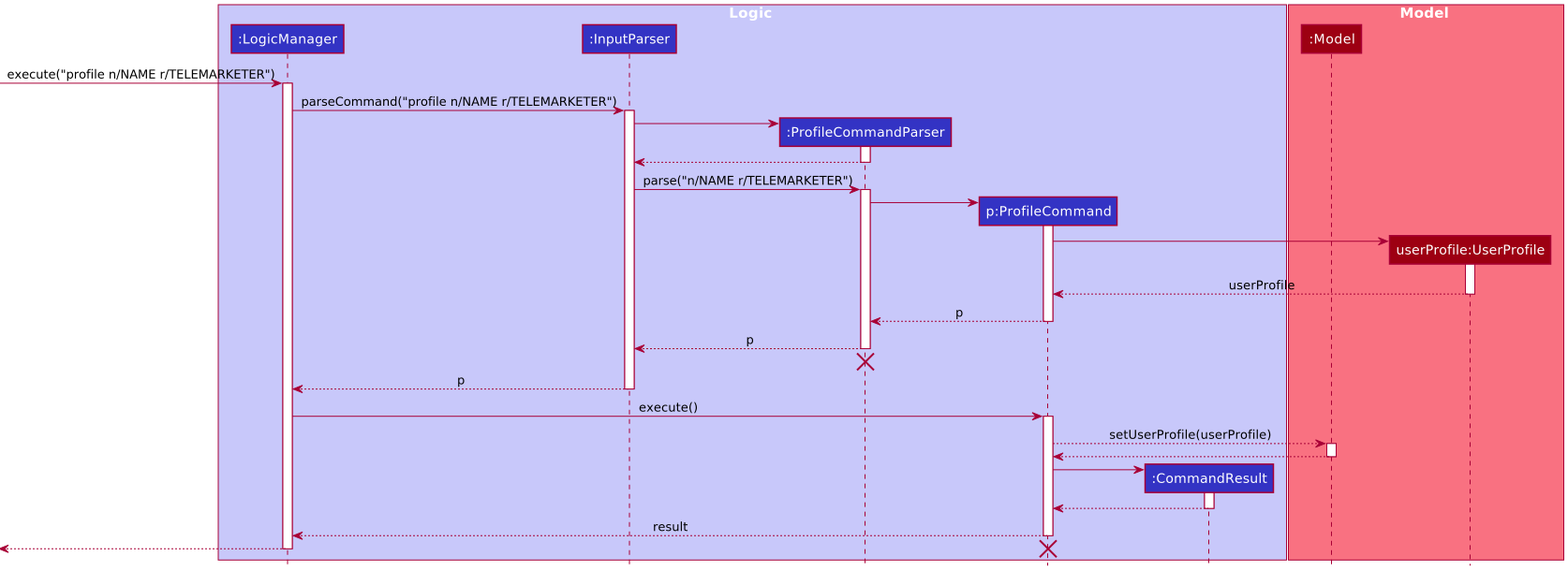
Earlier version of the PlantUML export docs/images/ProfileSequenceDiagram.png (vigneshsankariyer1234567890/tp). Its source is kept beside it as docs/diagrams/ProfileSequenceDiagram.puml. Its diagram source:
```plantuml
@startuml
!include style.puml

box Logic LOGIC_COLOR_T1
participant ":LogicManager" as LogicManager LOGIC_COLOR
participant ":InputParser" as InputParser LOGIC_COLOR
participant ":ProfileCommandParser" as ProfileCommandParser LOGIC_COLOR
participant "p:ProfileCommand" as ProfileCommand LOGIC_COLOR
participant ":CommandResult" as CommandResult LOGIC_COLOR
end box

box Model MODEL_COLOR_T1
participant ":Model" as Model MODEL_COLOR
participant "userProfile:UserProfile" as UserProfile MODEL_COLOR
end box

[-> LogicManager : execute("profile n/NAME r/TELEMARKETER")
activate LogicManager

LogicManager -> InputParser : parseCommand("profile n/NAME r/TELEMARKETER")
activate InputParser

create ProfileCommandParser
InputParser -> ProfileCommandParser
activate ProfileCommandParser

ProfileCommandParser --> InputParser
deactivate ProfileCommandParser

InputParser -> ProfileCommandParser : parse("n/NAME r/TELEMARKETER")
activate ProfileCommandParser

create ProfileCommand
ProfileCommandParser -> ProfileCommand
activate ProfileCommand

create UserProfile
ProfileCommand -> UserProfile
activate UserProfile

UserProfile --> ProfileCommand : userProfile
deactivate UserProfile

ProfileCommand --> ProfileCommandParser : p
deactivate ProfileCommand

ProfileCommandParser --> InputParser : p
deactivate ProfileCommandParser
ProfileCommandParser -[hidden]-> InputParser
destroy ProfileCommandParser

InputParser --> LogicManager : p
deactivate InputParser

LogicManager -> ProfileCommand : execute()
activate ProfileCommand

ProfileCommand --> Model : setUserProfile(userProfile)
activate Model

Model --> ProfileCommand
deactivate Model

create CommandResult
ProfileCommand -> CommandResult
activate CommandResult

CommandResult --> ProfileCommand
deactivate CommandResult

ProfileCommand --> LogicManager : result
deactivate ProfileCommand

[<--LogicManager
deactivate LogicManager
destroy ProfileCommand
@enduml
```
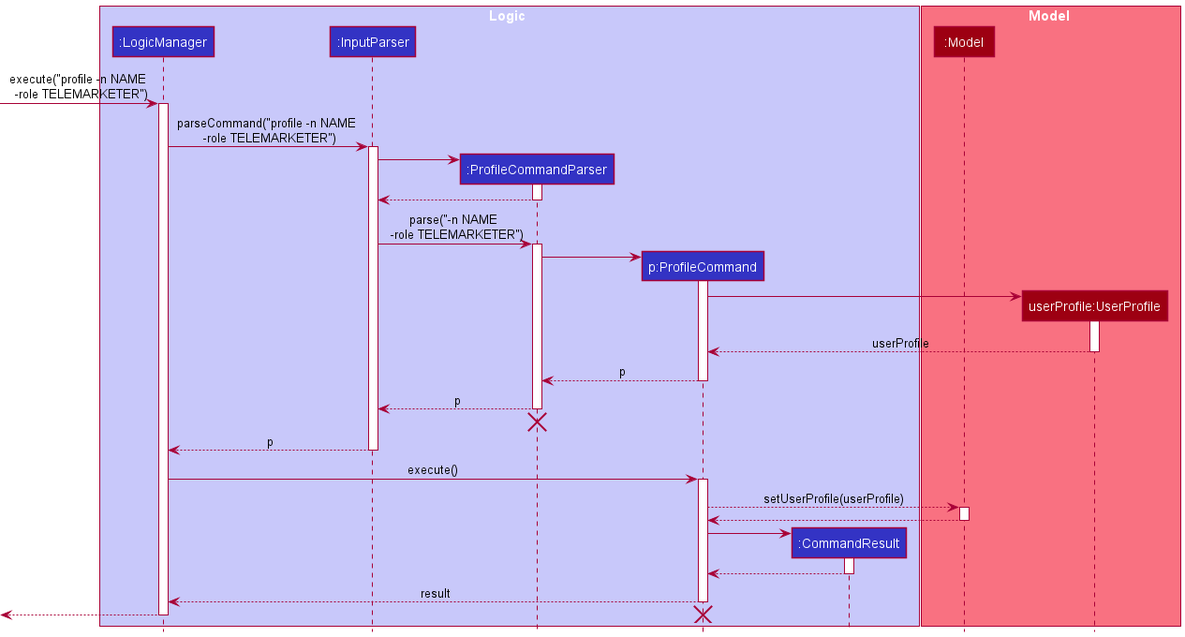
The same diagram one commit later.

The edit, as a diff of the source:
```diff
@@ -14,10 +14,10 @@
 participant "userProfile:UserProfile" as UserProfile MODEL_COLOR
 end box
 
-[-> LogicManager : execute("profile n/NAME r/TELEMARKETER")
+[-> LogicManager : execute("profile -n NAME \n -role TELEMARKETER")
 activate LogicManager
 
-LogicManager -> InputParser : parseCommand("profile n/NAME r/TELEMARKETER")
+LogicManager -> InputParser : parseCommand("profile -n NAME \n -role TELEMARKETER")
 activate InputParser
 
 create ProfileCommandParser
@@ -27,7 +27,7 @@
 ProfileCommandParser --> InputParser
 deactivate ProfileCommandParser
 
-InputParser -> ProfileCommandParser : parse("n/NAME r/TELEMARKETER")
+InputParser -> ProfileCommandParser : parse("-n NAME \n -role TELEMARKETER")
 activate ProfileCommandParser
 
 create ProfileCommand
```
